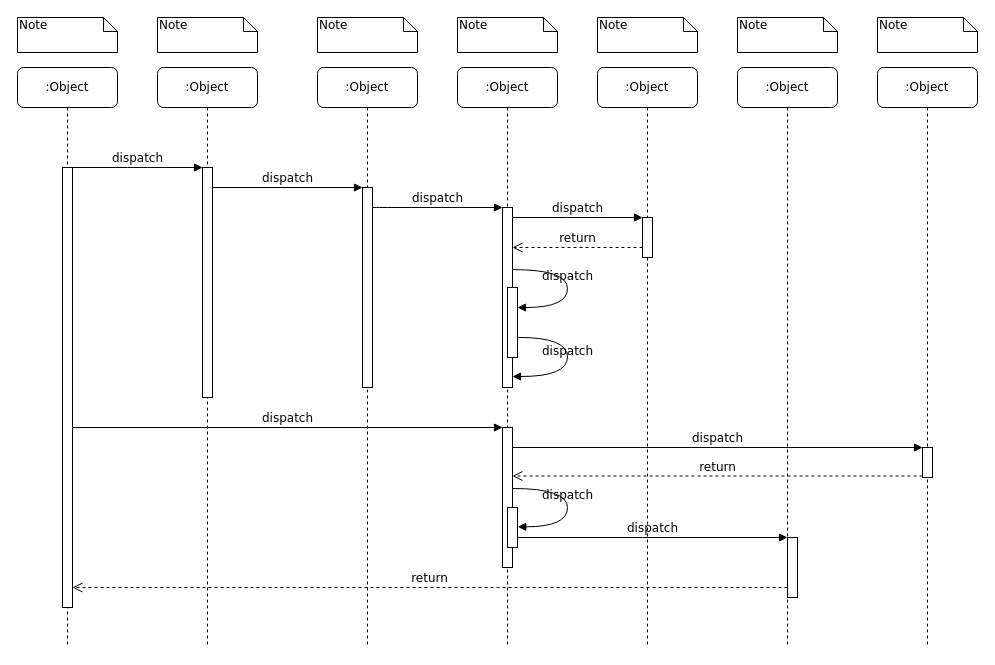
Earlier version of the draw.io diagram 测试工具时序图.drawio (DeanYang121/typora_images). Source tidied: cells renumbered, new cells numbered last; positions are measured from the earlier drawing's top-left corner, leaving out a move shared by most shapes. Both pictures are drawn from the tidied source at 100%, with x=0, y=0 at pixel (17, 17).
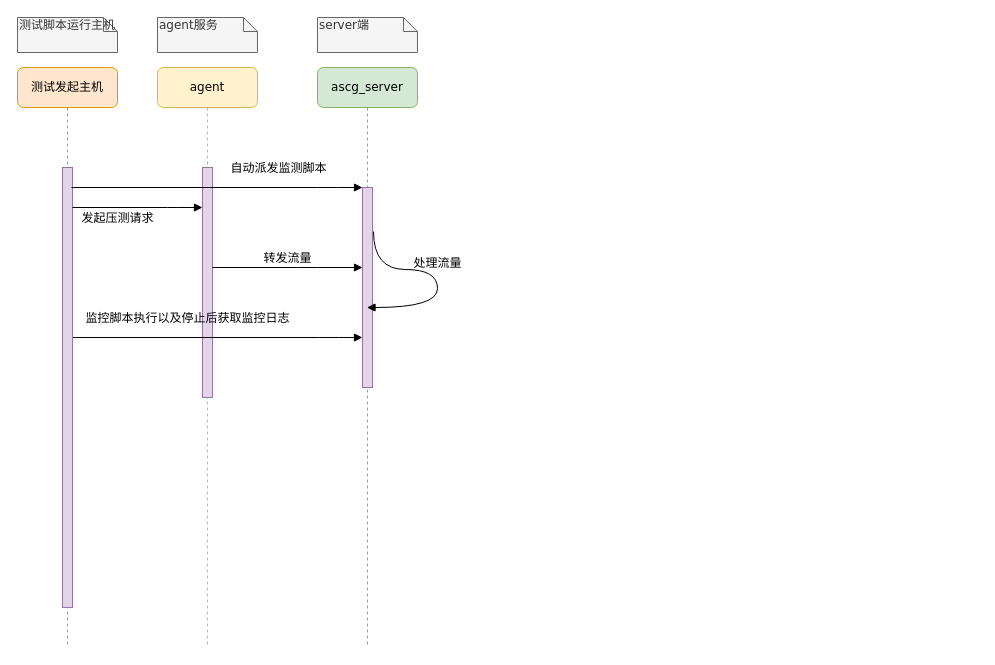
The same diagram, later.

Commit message:
更新测试工具时序图.drawio

The edit, as a diff of the source:
```diff
@@
-    <mxCell id="2" value=":Object" style="shape=umlLifeline;perimeter=lifelinePerimeter;whiteSpace=wrap;html=1;rounded=1;shadow=0;comic=0;labelBackgroundColor=none;strokeWidth=1;fontFamily=Verdana;fontSize=12;align=center;" parent="1" vertex="1">
+    <mxCell id="2" value="agent" style="shape=umlLifeline;perimeter=lifelinePerimeter;whiteSpace=wrap;html=1;rounded=1;shadow=0;comic=0;labelBackgroundColor=none;strokeWidth=1;fontFamily=Verdana;fontSize=12;align=center;fillColor=#fff2cc;strokeColor=#d6b656;" parent="1" vertex="1">
       <mxGeometry x="140" y="50" width="100" height="580" as="geometry" />
     </mxCell>
-    <mxCell id="3" style="html=1;points=[];perimeter=orthogonalPerimeter;rounded=0;shadow=0;comic=0;labelBackgroundColor=none;strokeWidth=1;fontFamily=Verdana;fontSize=12;align=center;" parent="2" vertex="1">
+    <mxCell id="3" style="html=1;points=[];perimeter=orthogonalPerimeter;rounded=0;shadow=0;comic=0;labelBackgroundColor=none;strokeWidth=1;fontFamily=Verdana;fontSize=12;align=center;fillColor=#e1d5e7;strokeColor=#9673a6;" parent="2" vertex="1">
       <mxGeometry x="45" y="100" width="10" height="230" as="geometry" />
     </mxCell>
+    <mxCell id="39" value="监控脚本执行以及停止后获取监控日志" style="html=1;verticalAlign=bottom;endArrow=block;labelBackgroundColor=none;fontFamily=Verdana;fontSize=12;edgeStyle=elbowEdgeStyle;elbow=vertical;" parent="2" edge="1">
+      <mxGeometry x="-0.21" y="10" relative="1" as="geometry">
+        <mxPoint x="-85" y="270" as="sourcePoint" />
+        <mxPoint x="205" y="270" as="targetPoint" />
+        <Array as="points">
+          <mxPoint x="171" y="270" />
+          <mxPoint x="221" y="290" />
+        </Array>
+      </mxGeometry>
+    </mxCell>
-    <mxCell id="4" value=":Object" style="shape=umlLifeline;perimeter=lifelinePerimeter;whiteSpace=wrap;html=1;outlineConnect=0;rounded=1;shadow=0;comic=0;labelBackgroundColor=none;strokeWidth=1;fontFamily=Verdana;fontSize=12;align=center;" parent="1" vertex="1">
+    <mxCell id="4" value="ascg_server" style="shape=umlLifeline;perimeter=lifelinePerimeter;whiteSpace=wrap;html=1;outlineConnect=0;rounded=1;shadow=0;comic=0;labelBackgroundColor=none;strokeWidth=1;fontFamily=Verdana;fontSize=12;align=center;fillColor=#d5e8d4;strokeColor=#82b366;" parent="1" vertex="1">
       <mxGeometry x="300" y="50" width="100" height="580" as="geometry" />
     </mxCell>
-    <mxCell id="5" style="html=1;points=[];perimeter=orthogonalPerimeter;rounded=0;shadow=0;comic=0;labelBackgroundColor=none;strokeWidth=1;fontFamily=Verdana;fontSize=12;align=center;" parent="4" vertex="1">
+    <mxCell id="5" style="html=1;points=[];perimeter=orthogonalPerimeter;rounded=0;shadow=0;comic=0;labelBackgroundColor=none;strokeWidth=1;fontFamily=Verdana;fontSize=12;align=center;fillColor=#e1d5e7;strokeColor=#9673a6;" parent="4" vertex="1">
       <mxGeometry x="45" y="120" width="10" height="200" as="geometry" />
     </mxCell>
-    <mxCell id="6" value=":Object" style="shape=umlLifeline;perimeter=lifelinePerimeter;whiteSpace=wrap;html=1;rounded=1;shadow=0;comic=0;labelBackgroundColor=none;strokeWidth=1;fontFamily=Verdana;fontSize=12;align=center;" parent="1" vertex="1">
-      <mxGeometry x="440" y="50" width="100" height="580" as="geometry" />
-    </mxCell>
-    <mxCell id="7" value=":Object" style="shape=umlLifeline;perimeter=lifelinePerimeter;whiteSpace=wrap;html=1;rounded=1;shadow=0;comic=0;labelBackgroundColor=none;strokeWidth=1;fontFamily=Verdana;fontSize=12;align=center;" parent="1" vertex="1">
-      <mxGeometry x="580" y="50" width="100" height="580" as="geometry" />
-    </mxCell>
-    <mxCell id="8" value=":Object" style="shape=umlLifeline;perimeter=lifelinePerimeter;whiteSpace=wrap;html=1;rounded=1;shadow=0;comic=0;labelBackgroundColor=none;strokeWidth=1;fontFamily=Verdana;fontSize=12;align=center;" parent="1" vertex="1">
-      <mxGeometry x="720" y="50" width="100" height="580" as="geometry" />
-    </mxCell>
-    <mxCell id="9" value=":Object" style="shape=umlLifeline;perimeter=lifelinePerimeter;whiteSpace=wrap;html=1;rounded=1;shadow=0;comic=0;labelBackgroundColor=none;strokeWidth=1;fontFamily=Verdana;fontSize=12;align=center;" parent="1" vertex="1">
-      <mxGeometry x="860" y="50" width="100" height="580" as="geometry" />
-    </mxCell>
+    <mxCell id="28" value="处理流量" style="html=1;verticalAlign=bottom;endArrow=block;labelBackgroundColor=none;fontFamily=Verdana;fontSize=12;elbow=vertical;edgeStyle=orthogonalEdgeStyle;curved=1;exitX=1.1;exitY=0.22;exitDx=0;exitDy=0;exitPerimeter=0;" parent="4" edge="1" source="5" target="4">
+      <mxGeometry relative="1" as="geometry">
+        <Array as="points">
+          <mxPoint x="56" y="202" />
+          <mxPoint x="120" y="202" />
+          <mxPoint x="120" y="240" />
+        </Array>
+      </mxGeometry>
+    </mxCell>
-    <mxCell id="10" value=":Object" style="shape=umlLifeline;perimeter=lifelinePerimeter;whiteSpace=wrap;html=1;rounded=1;shadow=0;comic=0;labelBackgroundColor=none;strokeWidth=1;fontFamily=Verdana;fontSize=12;align=center;" parent="1" vertex="1">
+    <mxCell id="10" value="测试发起主机" style="shape=umlLifeline;perimeter=lifelinePerimeter;whiteSpace=wrap;html=1;rounded=1;shadow=0;comic=0;labelBackgroundColor=none;strokeWidth=1;fontFamily=Verdana;fontSize=12;align=center;fillColor=#ffe6cc;strokeColor=#d79b00;" parent="1" vertex="1">
       <mxGeometry y="50" width="100" height="580" as="geometry" />
     </mxCell>
-    <mxCell id="11" style="html=1;points=[];perimeter=orthogonalPerimeter;rounded=0;shadow=0;comic=0;labelBackgroundColor=none;strokeWidth=1;fontFamily=Verdana;fontSize=12;align=center;" parent="10" vertex="1">
+    <mxCell id="11" style="html=1;points=[];perimeter=orthogonalPerimeter;rounded=0;shadow=0;comic=0;labelBackgroundColor=none;strokeWidth=1;fontFamily=Verdana;fontSize=12;align=center;fillColor=#e1d5e7;strokeColor=#9673a6;" parent="10" vertex="1">
       <mxGeometry x="45" y="100" width="10" height="440" as="geometry" />
     </mxCell>
-    <mxCell id="12" style="html=1;points=[];perimeter=orthogonalPerimeter;rounded=0;shadow=0;comic=0;labelBackgroundColor=none;strokeWidth=1;fontFamily=Verdana;fontSize=12;align=center;" parent="1" vertex="1">
-      <mxGeometry x="485" y="190" width="10" height="180" as="geometry" />
-    </mxCell>
-    <mxCell id="13" value="dispatch" style="html=1;verticalAlign=bottom;endArrow=block;labelBackgroundColor=none;fontFamily=Verdana;fontSize=12;edgeStyle=elbowEdgeStyle;elbow=vertical;" parent="1" edge="1" source="5" target="12">
-      <mxGeometry relative="1" as="geometry">
+    <mxCell id="13" value="自动派发监测脚本" style="html=1;verticalAlign=bottom;endArrow=block;labelBackgroundColor=none;fontFamily=Verdana;fontSize=12;edgeStyle=elbowEdgeStyle;elbow=vertical;" parent="1" edge="1" target="5">
+      <mxGeometry x="0.42" y="10" relative="1" as="geometry">
+        <mxPoint x="54" y="170" as="sourcePoint" />
         <Array as="points">
+          <mxPoint x="310" y="170" />
           <mxPoint x="360" y="190" />
         </Array>
       </mxGeometry>
     </mxCell>
-    <mxCell id="14" style="html=1;points=[];perimeter=orthogonalPerimeter;rounded=0;shadow=0;comic=0;labelBackgroundColor=none;strokeWidth=1;fontFamily=Verdana;fontSize=12;align=center;" parent="1" vertex="1">
-      <mxGeometry x="625" y="200" width="10" height="40" as="geometry" />
-    </mxCell>
-    <mxCell id="15" value="dispatch" style="html=1;verticalAlign=bottom;endArrow=block;entryX=0;entryY=0;labelBackgroundColor=none;fontFamily=Verdana;fontSize=12;edgeStyle=elbowEdgeStyle;elbow=vertical;" parent="1" edge="1" source="12" target="14">
-      <mxGeometry relative="1" as="geometry" />
-    </mxCell>
-    <mxCell id="16" value="return" style="html=1;verticalAlign=bottom;endArrow=open;dashed=1;endSize=8;labelBackgroundColor=none;fontFamily=Verdana;fontSize=12;edgeStyle=elbowEdgeStyle;elbow=vertical;" parent="1" edge="1" source="14" target="12">
-      <mxGeometry relative="1" as="geometry">
-        <Array as="points">
-          <mxPoint x="570" y="230" />
-          <mxPoint x="600" y="230" />
-        </Array>
-      </mxGeometry>
-    </mxCell>
-    <mxCell id="17" style="html=1;points=[];perimeter=orthogonalPerimeter;rounded=0;shadow=0;comic=0;labelBackgroundColor=none;strokeWidth=1;fontFamily=Verdana;fontSize=12;align=center;" parent="1" vertex="1">
-      <mxGeometry x="485" y="410" width="10" height="140" as="geometry" />
-    </mxCell>
-    <mxCell id="18" value="dispatch" style="html=1;verticalAlign=bottom;endArrow=block;entryX=0;entryY=0;labelBackgroundColor=none;fontFamily=Verdana;fontSize=12;" parent="1" edge="1" source="11" target="17">
-      <mxGeometry relative="1" as="geometry" />
-    </mxCell>
-    <mxCell id="19" style="html=1;points=[];perimeter=orthogonalPerimeter;rounded=0;shadow=0;comic=0;labelBackgroundColor=none;strokeColor=#000000;strokeWidth=1;fillColor=#FFFFFF;fontFamily=Verdana;fontSize=12;fontColor=#000000;align=center;" parent="1" vertex="1">
-      <mxGeometry x="905" y="430" width="10" height="30" as="geometry" />
-    </mxCell>
-    <mxCell id="20" value="dispatch" style="html=1;verticalAlign=bottom;endArrow=block;entryX=0;entryY=0;labelBackgroundColor=none;fontFamily=Verdana;fontSize=12;" parent="1" edge="1" source="17" target="19">
-      <mxGeometry relative="1" as="geometry" />
-    </mxCell>
-    <mxCell id="21" value="return" style="html=1;verticalAlign=bottom;endArrow=open;dashed=1;endSize=8;exitX=0;exitY=0.95;labelBackgroundColor=none;fontFamily=Verdana;fontSize=12;" parent="1" edge="1" source="19" target="17">
-      <mxGeometry relative="1" as="geometry" />
-    </mxCell>
-    <mxCell id="22" style="html=1;points=[];perimeter=orthogonalPerimeter;rounded=0;shadow=0;comic=0;labelBackgroundColor=none;strokeWidth=1;fontFamily=Verdana;fontSize=12;align=center;" parent="1" vertex="1">
-      <mxGeometry x="770" y="520" width="10" height="60" as="geometry" />
-    </mxCell>
-    <mxCell id="23" value="dispatch" style="html=1;verticalAlign=bottom;endArrow=block;entryX=0;entryY=0;labelBackgroundColor=none;fontFamily=Verdana;fontSize=12;edgeStyle=elbowEdgeStyle;elbow=vertical;" parent="1" edge="1" source="30" target="22">
-      <mxGeometry relative="1" as="geometry" />
-    </mxCell>
-    <mxCell id="24" value="return" style="html=1;verticalAlign=bottom;endArrow=open;dashed=1;endSize=8;labelBackgroundColor=none;fontFamily=Verdana;fontSize=12;edgeStyle=elbowEdgeStyle;elbow=vertical;" parent="1" edge="1" source="22" target="11">
-      <mxGeometry relative="1" as="geometry">
-        <Array as="points">
-          <mxPoint x="470" y="570" />
-        </Array>
-      </mxGeometry>
-    </mxCell>
-    <mxCell id="25" value="dispatch" style="html=1;verticalAlign=bottom;endArrow=block;entryX=0;entryY=0;labelBackgroundColor=none;fontFamily=Verdana;fontSize=12;edgeStyle=elbowEdgeStyle;elbow=vertical;" parent="1" edge="1" source="11" target="3">
-      <mxGeometry relative="1" as="geometry" />
+    <mxCell id="25" value="发起压测请求" style="html=1;verticalAlign=bottom;endArrow=block;labelBackgroundColor=none;fontFamily=Verdana;fontSize=12;edgeStyle=elbowEdgeStyle;elbow=vertical;" parent="1" edge="1" source="11">
+      <mxGeometry x="-0.31" y="-20" relative="1" as="geometry">
+        <mxPoint x="185" y="190" as="targetPoint" />
+        <Array as="points">
+          <mxPoint x="160" y="190" />
+        </Array>
+      </mxGeometry>
     </mxCell>
-    <mxCell id="26" value="dispatch" style="html=1;verticalAlign=bottom;endArrow=block;entryX=0;entryY=0;labelBackgroundColor=none;fontFamily=Verdana;fontSize=12;edgeStyle=elbowEdgeStyle;elbow=vertical;" parent="1" edge="1" source="3" target="5">
-      <mxGeometry relative="1" as="geometry" />
+    <mxCell id="26" value="转发流量" style="html=1;verticalAlign=bottom;endArrow=block;labelBackgroundColor=none;fontFamily=Verdana;fontSize=12;edgeStyle=elbowEdgeStyle;elbow=vertical;" parent="1" edge="1" source="3">
+      <mxGeometry relative="1" as="geometry">
+        <mxPoint x="345" y="250" as="targetPoint" />
+        <Array as="points">
+          <mxPoint x="290" y="250" />
+        </Array>
+      </mxGeometry>
     </mxCell>
-    <mxCell id="27" style="html=1;points=[];perimeter=orthogonalPerimeter;rounded=0;shadow=0;comic=0;labelBackgroundColor=none;strokeWidth=1;fontFamily=Verdana;fontSize=12;align=center;" parent="1" vertex="1">
-      <mxGeometry x="490" y="270" width="10" height="70" as="geometry" />
-    </mxCell>
-    <mxCell id="28" value="dispatch" style="html=1;verticalAlign=bottom;endArrow=block;labelBackgroundColor=none;fontFamily=Verdana;fontSize=12;elbow=vertical;edgeStyle=orthogonalEdgeStyle;curved=1;entryX=1;entryY=0.286;entryPerimeter=0;exitX=1.038;exitY=0.345;exitPerimeter=0;" parent="1" edge="1" source="12" target="27">
-      <mxGeometry relative="1" as="geometry">
-        <Array as="points">
-          <mxPoint x="550" y="252" />
-          <mxPoint x="550" y="290" />
-        </Array>
-      </mxGeometry>
-    </mxCell>
-    <mxCell id="29" value="dispatch" style="html=1;verticalAlign=bottom;endArrow=block;labelBackgroundColor=none;fontFamily=Verdana;fontSize=12;elbow=vertical;edgeStyle=orthogonalEdgeStyle;curved=1;exitX=1.066;exitY=0.713;exitPerimeter=0;" parent="1" edge="1" source="27">
-      <mxGeometry relative="1" as="geometry">
-        <mxPoint x="495" y="359" as="targetPoint" />
-        <Array as="points">
-          <mxPoint x="550" y="320" />
-          <mxPoint x="550" y="359" />
-        </Array>
-      </mxGeometry>
-    </mxCell>
-    <mxCell id="30" style="html=1;points=[];perimeter=orthogonalPerimeter;rounded=0;shadow=0;comic=0;labelBackgroundColor=none;strokeWidth=1;fontFamily=Verdana;fontSize=12;align=center;" parent="1" vertex="1">
-      <mxGeometry x="490" y="490" width="10" height="40" as="geometry" />
-    </mxCell>
-    <mxCell id="31" value="dispatch" style="html=1;verticalAlign=bottom;endArrow=block;labelBackgroundColor=none;fontFamily=Verdana;fontSize=12;elbow=vertical;edgeStyle=orthogonalEdgeStyle;curved=1;entryX=1;entryY=0.286;entryPerimeter=0;exitX=1.038;exitY=0.345;exitPerimeter=0;" parent="1" edge="1">
-      <mxGeometry relative="1" as="geometry">
-        <mxPoint x="495.3" y="471" as="sourcePoint" />
-        <mxPoint x="500.3" y="509.3" as="targetPoint" />
-        <Array as="points">
-          <mxPoint x="550" y="471" />
-          <mxPoint x="550" y="509" />
-        </Array>
-      </mxGeometry>
-    </mxCell>
-    <mxCell id="32" value="Note" style="shape=note;whiteSpace=wrap;html=1;size=14;verticalAlign=top;align=left;spacingTop=-6;rounded=0;shadow=0;comic=0;labelBackgroundColor=none;strokeWidth=1;fontFamily=Verdana;fontSize=12;" parent="1" vertex="1">
+    <mxCell id="32" value="测试脚本运行主机" style="shape=note;whiteSpace=wrap;html=1;size=14;verticalAlign=top;align=left;spacingTop=-6;rounded=0;shadow=0;comic=0;labelBackgroundColor=none;strokeWidth=1;fontFamily=Verdana;fontSize=12;fillColor=#f5f5f5;fontColor=#333333;strokeColor=#666666;" parent="1" vertex="1">
       <mxGeometry width="100" height="35" as="geometry" />
     </mxCell>
-    <mxCell id="33" value="Note" style="shape=note;whiteSpace=wrap;html=1;size=14;verticalAlign=top;align=left;spacingTop=-6;rounded=0;shadow=0;comic=0;labelBackgroundColor=none;strokeWidth=1;fontFamily=Verdana;fontSize=12;" parent="1" vertex="1">
+    <mxCell id="33" value="agent服务" style="shape=note;whiteSpace=wrap;html=1;size=14;verticalAlign=top;align=left;spacingTop=-6;rounded=0;shadow=0;comic=0;labelBackgroundColor=none;strokeWidth=1;fontFamily=Verdana;fontSize=12;fillColor=#f5f5f5;fontColor=#333333;strokeColor=#666666;" parent="1" vertex="1">
       <mxGeometry x="140" width="100" height="35" as="geometry" />
     </mxCell>
-    <mxCell id="34" value="Note" style="shape=note;whiteSpace=wrap;html=1;size=14;verticalAlign=top;align=left;spacingTop=-6;rounded=0;shadow=0;comic=0;labelBackgroundColor=none;strokeWidth=1;fontFamily=Verdana;fontSize=12;" parent="1" vertex="1">
+    <mxCell id="34" value="server端" style="shape=note;whiteSpace=wrap;html=1;size=14;verticalAlign=top;align=left;spacingTop=-6;rounded=0;shadow=0;comic=0;labelBackgroundColor=none;strokeWidth=1;fontFamily=Verdana;fontSize=12;fillColor=#f5f5f5;fontColor=#333333;strokeColor=#666666;" parent="1" vertex="1">
       <mxGeometry x="300" width="100" height="35" as="geometry" />
     </mxCell>
-    <mxCell id="35" value="Note" style="shape=note;whiteSpace=wrap;html=1;size=14;verticalAlign=top;align=left;spacingTop=-6;rounded=0;shadow=0;comic=0;labelBackgroundColor=none;strokeWidth=1;fontFamily=Verdana;fontSize=12;" parent="1" vertex="1">
-      <mxGeometry x="440" width="100" height="35" as="geometry" />
-    </mxCell>
-    <mxCell id="36" value="Note" style="shape=note;whiteSpace=wrap;html=1;size=14;verticalAlign=top;align=left;spacingTop=-6;rounded=0;shadow=0;comic=0;labelBackgroundColor=none;strokeWidth=1;fontFamily=Verdana;fontSize=12;" parent="1" vertex="1">
-      <mxGeometry x="580" width="100" height="35" as="geometry" />
-    </mxCell>
-    <mxCell id="37" value="Note" style="shape=note;whiteSpace=wrap;html=1;size=14;verticalAlign=top;align=left;spacingTop=-6;rounded=0;shadow=0;comic=0;labelBackgroundColor=none;strokeWidth=1;fontFamily=Verdana;fontSize=12;" parent="1" vertex="1">
-      <mxGeometry x="720" width="100" height="35" as="geometry" />
-    </mxCell>
-    <mxCell id="38" value="Note" style="shape=note;whiteSpace=wrap;html=1;size=14;verticalAlign=top;align=left;spacingTop=-6;rounded=0;shadow=0;comic=0;labelBackgroundColor=none;strokeWidth=1;fontFamily=Verdana;fontSize=12;" parent="1" vertex="1">
-      <mxGeometry x="860" width="100" height="35" as="geometry" />
-    </mxCell>
```
